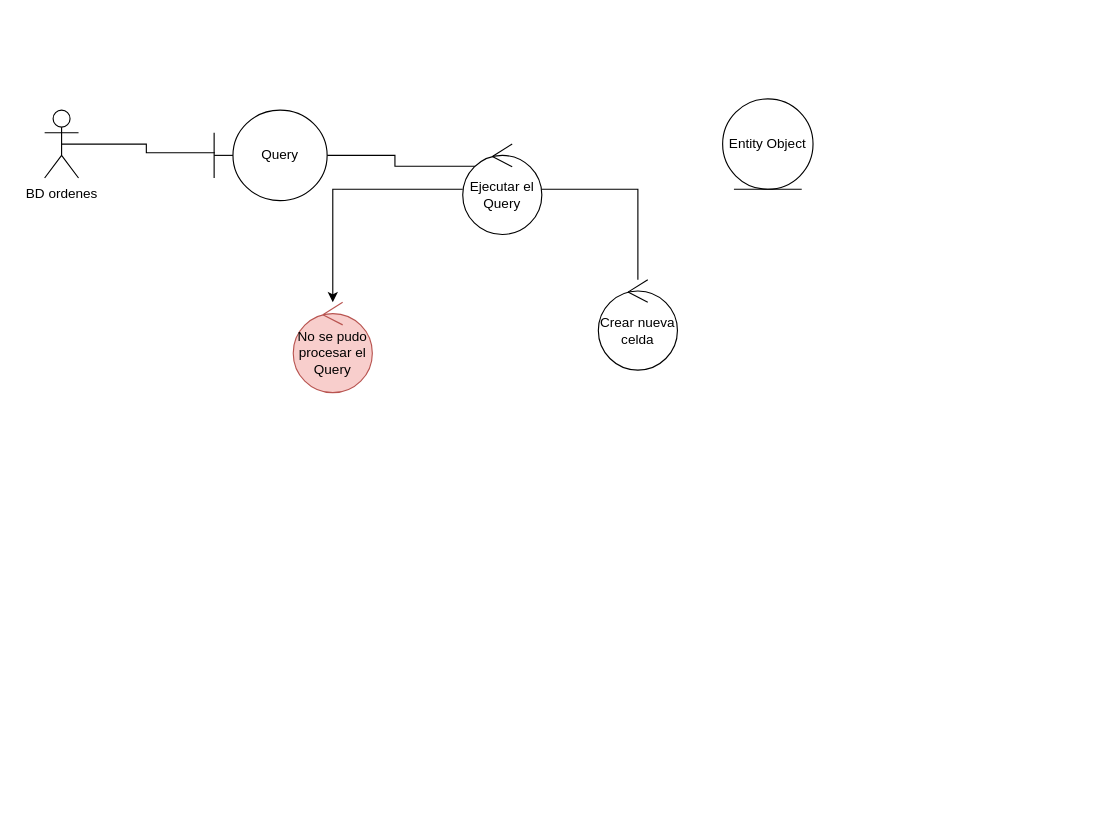
The draw.io diagram Untitled Diagram.drawio in Criplockoweno/System_Design, before the edit. Source tidied: cells renumbered, new cells numbered last; positions are measured from the earlier drawing's top-left corner, leaving out a move shared by most shapes. Both pictures are drawn from the tidied source at 113%, with x=0, y=0 at pixel (44, 98).
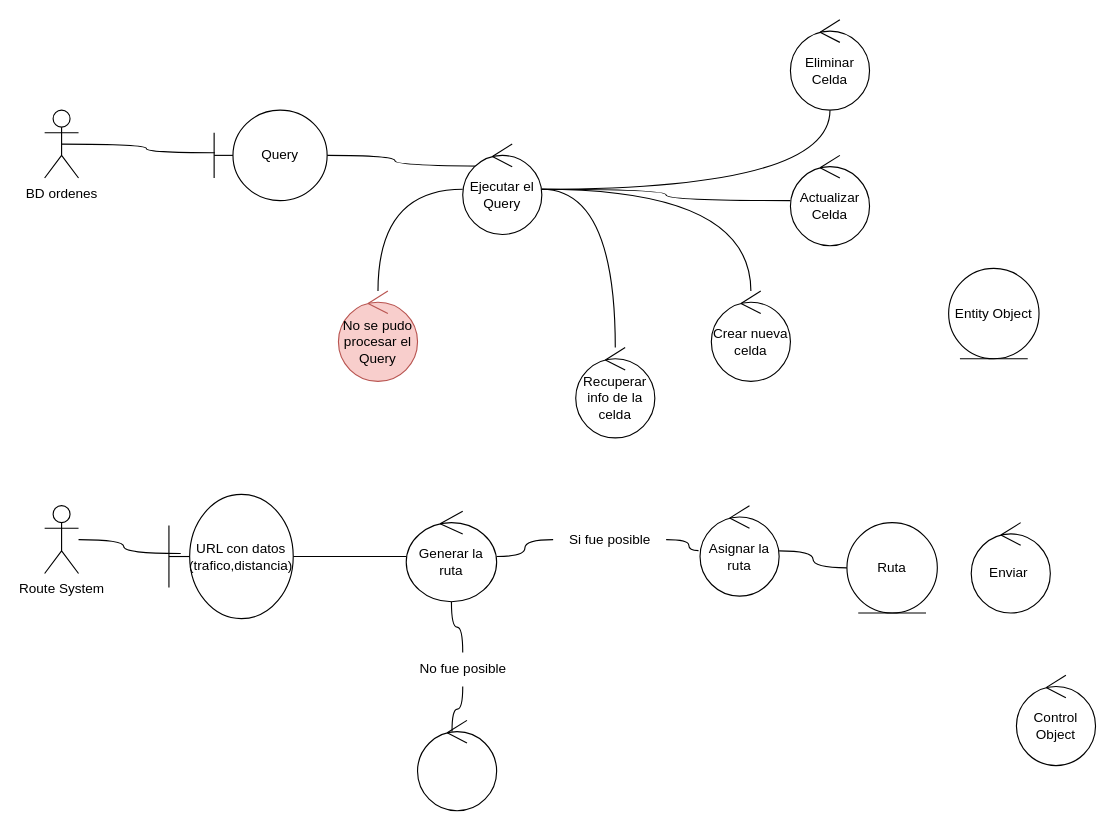
The same page after the edit.

The change refers to these unchanged cells:
```xml
<mxCell id="3" value="BD ordenes" style="shape=umlActor;verticalLabelPosition=bottom;verticalAlign=top;html=1;" parent="1" vertex="1">
  <mxGeometry y="10" width="30" height="60" as="geometry" />
</mxCell>
<mxCell id="5" value="Query" style="shape=umlBoundary;whiteSpace=wrap;html=1;" parent="1" vertex="1">
  <mxGeometry x="150" y="10" width="100" height="80" as="geometry" />
</mxCell>
<mxCell id="8" value="Ejecutar el Query" style="ellipse;shape=umlControl;whiteSpace=wrap;html=1;" parent="1" vertex="1">
  <mxGeometry x="370" y="40" width="70" height="80" as="geometry" />
</mxCell>
```

Change to the diagram source:
```diff
@@
-    <mxCell id="2" style="rounded=0;jettySize=auto;html=1;exitX=0.5;exitY=0.5;exitDx=0;exitDy=0;exitPerimeter=0;entryX=0.006;entryY=0.471;entryDx=0;entryDy=0;entryPerimeter=0;edgeStyle=orthogonalEdgeStyle;endArrow=none;endFill=0;" parent="1" edge="1" source="3" target="5">
+    <mxCell id="2" style="rounded=0;jettySize=auto;html=1;exitX=0.5;exitY=0.5;exitDx=0;exitDy=0;exitPerimeter=0;entryX=0.006;entryY=0.471;entryDx=0;entryDy=0;entryPerimeter=0;edgeStyle=orthogonalEdgeStyle;endArrow=none;endFill=0;curved=1;" parent="1" edge="1" source="3" target="5">
       <mxGeometry relative="1" as="geometry" />
     </mxCell>
@@
-    <mxCell id="4" style="edgeStyle=orthogonalEdgeStyle;rounded=0;jettySize=auto;html=1;entryX=0.535;entryY=0.245;entryDx=0;entryDy=0;entryPerimeter=0;" parent="1" edge="1" source="5" target="8">
+    <mxCell id="4" style="edgeStyle=orthogonalEdgeStyle;rounded=0;jettySize=auto;html=1;entryX=0.535;entryY=0.245;entryDx=0;entryDy=0;entryPerimeter=0;endArrow=none;endFill=0;curved=1;" parent="1" edge="1" source="5" target="8">
       <mxGeometry relative="1" as="geometry" />
     </mxCell>
@@
-    <mxCell id="6" style="edgeStyle=orthogonalEdgeStyle;rounded=0;jettySize=auto;html=1;endArrow=none;endFill=0;" parent="1" edge="1" source="8" target="10">
+    <mxCell id="6" style="edgeStyle=orthogonalEdgeStyle;rounded=0;jettySize=auto;html=1;endArrow=none;endFill=0;curved=1;" parent="1" edge="1" source="8" target="10">
       <mxGeometry relative="1" as="geometry" />
     </mxCell>
-    <mxCell id="7" style="edgeStyle=orthogonalEdgeStyle;rounded=0;jettySize=auto;html=1;" parent="1" edge="1" source="8" target="11">
+    <mxCell id="7" style="edgeStyle=orthogonalEdgeStyle;rounded=0;jettySize=auto;html=1;endArrow=none;endFill=0;curved=1;" parent="1" edge="1" source="8" target="11">
       <mxGeometry relative="1" as="geometry" />
     </mxCell>
+    <mxCell id="12" style="edgeStyle=orthogonalEdgeStyle;rounded=0;jettySize=auto;html=1;endArrow=none;endFill=0;curved=1;" parent="1" edge="1" source="8" target="15">
+      <mxGeometry relative="1" as="geometry" />
+    </mxCell>
+    <mxCell id="13" style="edgeStyle=orthogonalEdgeStyle;rounded=0;jettySize=auto;html=1;endArrow=none;endFill=0;curved=1;" parent="1" edge="1" source="8" target="16">
+      <mxGeometry relative="1" as="geometry" />
+    </mxCell>
+    <mxCell id="14" style="edgeStyle=orthogonalEdgeStyle;rounded=0;jettySize=auto;html=1;endArrow=none;endFill=0;curved=1;" parent="1" edge="1" source="8" target="17">
+      <mxGeometry relative="1" as="geometry" />
+    </mxCell>
@@
     <mxCell id="9" value="Entity Object" style="ellipse;shape=umlEntity;whiteSpace=wrap;html=1;" parent="1" vertex="1">
-      <mxGeometry x="600" width="80" height="80" as="geometry" />
+      <mxGeometry x="800" y="150" width="80" height="80" as="geometry" />
     </mxCell>
     <mxCell id="10" value="Crear nueva celda" style="ellipse;shape=umlControl;whiteSpace=wrap;html=1;" parent="1" vertex="1">
-      <mxGeometry x="490" y="160" width="70" height="80" as="geometry" />
+      <mxGeometry x="590" y="170" width="70" height="80" as="geometry" />
     </mxCell>
     <mxCell id="11" value="No se pudo procesar el Query" style="ellipse;shape=umlControl;whiteSpace=wrap;html=1;fillColor=#f8cecc;strokeColor=#b85450;" parent="1" vertex="1">
-      <mxGeometry x="220" y="180" width="70" height="80" as="geometry" />
+      <mxGeometry x="260" y="170" width="70" height="80" as="geometry" />
     </mxCell>
+    <mxCell id="15" value="Eliminar Celda" style="ellipse;shape=umlControl;whiteSpace=wrap;html=1;" parent="1" vertex="1">
+      <mxGeometry x="660" y="-70" width="70" height="80" as="geometry" />
+    </mxCell>
+    <mxCell id="16" value="Actualizar Celda&lt;br&gt;" style="ellipse;shape=umlControl;whiteSpace=wrap;html=1;" parent="1" vertex="1">
+      <mxGeometry x="660" y="50" width="70" height="80" as="geometry" />
+    </mxCell>
+    <mxCell id="17" value="Recuperar info de la celda" style="ellipse;shape=umlControl;whiteSpace=wrap;html=1;" parent="1" vertex="1">
+      <mxGeometry x="470" y="220" width="70" height="80" as="geometry" />
+    </mxCell>
+    <mxCell id="18" style="edgeStyle=orthogonalEdgeStyle;rounded=0;jettySize=auto;html=1;entryX=0.095;entryY=0.476;entryDx=0;entryDy=0;entryPerimeter=0;endArrow=none;endFill=0;curved=1;" parent="1" edge="1" source="19" target="21">
+      <mxGeometry relative="1" as="geometry" />
+    </mxCell>
+    <mxCell id="19" value="Route System" style="shape=umlActor;verticalLabelPosition=bottom;verticalAlign=top;html=1;" parent="1" vertex="1">
+      <mxGeometry y="360" width="30" height="60" as="geometry" />
+    </mxCell>
+    <mxCell id="20" style="edgeStyle=orthogonalEdgeStyle;rounded=0;jettySize=auto;html=1;endArrow=none;endFill=0;curved=1;" parent="1" edge="1" source="21" target="24">
+      <mxGeometry relative="1" as="geometry" />
+    </mxCell>
+    <mxCell id="21" value="URL con datos (trafico,distancia)" style="shape=umlBoundary;whiteSpace=wrap;html=1;" parent="1" vertex="1">
+      <mxGeometry x="110" y="350" width="110" height="110" as="geometry" />
+    </mxCell>
+    <mxCell id="22" value="Control Object" style="ellipse;shape=umlControl;whiteSpace=wrap;html=1;" parent="1" vertex="1">
+      <mxGeometry x="860" y="510" width="70" height="80" as="geometry" />
+    </mxCell>
+    <mxCell id="23" style="edgeStyle=orthogonalEdgeStyle;rounded=0;jettySize=auto;html=1;startArrow=none;entryX=-0.019;entryY=0.497;entryDx=0;entryDy=0;entryPerimeter=0;endArrow=none;endFill=0;curved=1;" parent="1" edge="1" source="28" target="30">
+      <mxGeometry relative="1" as="geometry" />
+    </mxCell>
+    <mxCell id="24" value="Generar la ruta" style="ellipse;shape=umlControl;whiteSpace=wrap;html=1;" parent="1" vertex="1">
+      <mxGeometry x="320" y="365" width="80" height="80" as="geometry" />
+    </mxCell>
+    <mxCell id="25" value="Enviar&amp;nbsp;" style="ellipse;shape=umlControl;whiteSpace=wrap;html=1;" parent="1" vertex="1">
+      <mxGeometry x="820" y="375" width="70" height="80" as="geometry" />
+    </mxCell>
+    <mxCell id="26" style="ellipse;shape=umlControl;whiteSpace=wrap;html=1;" parent="1" vertex="1">
+      <mxGeometry x="330" y="550" width="70" height="80" as="geometry" />
+    </mxCell>
+    <mxCell id="27" style="edgeStyle=orthogonalEdgeStyle;rounded=0;jettySize=auto;html=1;endArrow=none;endFill=0;curved=1;" parent="1" edge="1" source="24" target="28">
+      <mxGeometry relative="1" as="geometry" />
+    </mxCell>
+    <mxCell id="28" value="Si fue posible" style="text;html=1;align=center;verticalAlign=middle;points=[];strokeColor=none;fillColor=none;" parent="1" vertex="1">
+      <mxGeometry x="450" y="375" width="100" height="30" as="geometry" />
+    </mxCell>
+    <mxCell id="29" style="edgeStyle=orthogonalEdgeStyle;rounded=0;jettySize=auto;html=1;endArrow=none;endFill=0;curved=1;" parent="1" edge="1" source="30" target="31">
+      <mxGeometry relative="1" as="geometry" />
+    </mxCell>
+    <mxCell id="30" value="Asignar la ruta" style="ellipse;shape=umlControl;whiteSpace=wrap;html=1;" parent="1" vertex="1">
+      <mxGeometry x="580" y="360" width="70" height="80" as="geometry" />
+    </mxCell>
+    <mxCell id="31" value="Ruta" style="ellipse;shape=umlEntity;whiteSpace=wrap;html=1;" parent="1" vertex="1">
+      <mxGeometry x="710" y="375" width="80" height="80" as="geometry" />
+    </mxCell>
+    <mxCell id="32" style="edgeStyle=orthogonalEdgeStyle;rounded=0;jettySize=auto;html=1;endArrow=none;endFill=0;curved=1;" parent="1" edge="1" source="34" target="24">
+      <mxGeometry relative="1" as="geometry" />
+    </mxCell>
+    <mxCell id="33" style="edgeStyle=orthogonalEdgeStyle;rounded=0;jettySize=auto;html=1;entryX=0.436;entryY=0.122;entryDx=0;entryDy=0;entryPerimeter=0;endArrow=none;endFill=0;curved=1;" parent="1" edge="1" source="34" target="26">
+      <mxGeometry relative="1" as="geometry" />
+    </mxCell>
+    <mxCell id="34" value="No fue posible" style="text;html=1;align=center;verticalAlign=middle;points=[];strokeColor=none;fillColor=none;" parent="1" vertex="1">
+      <mxGeometry x="320" y="490" width="100" height="30" as="geometry" />
+    </mxCell>
```
